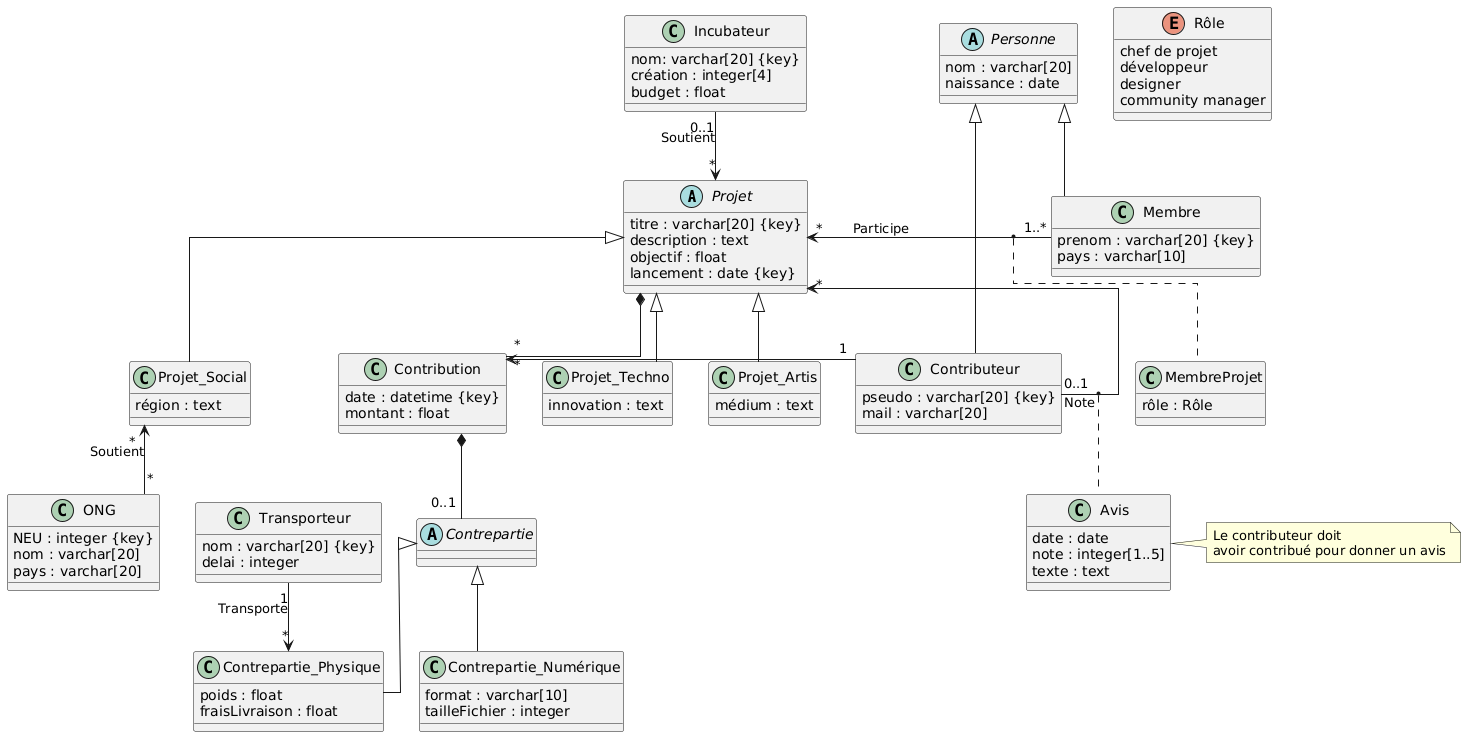
Clementcvy/crowdfundr keeps this PlantUML diagram as UML/UML_V2.png. Above is the earlier version.
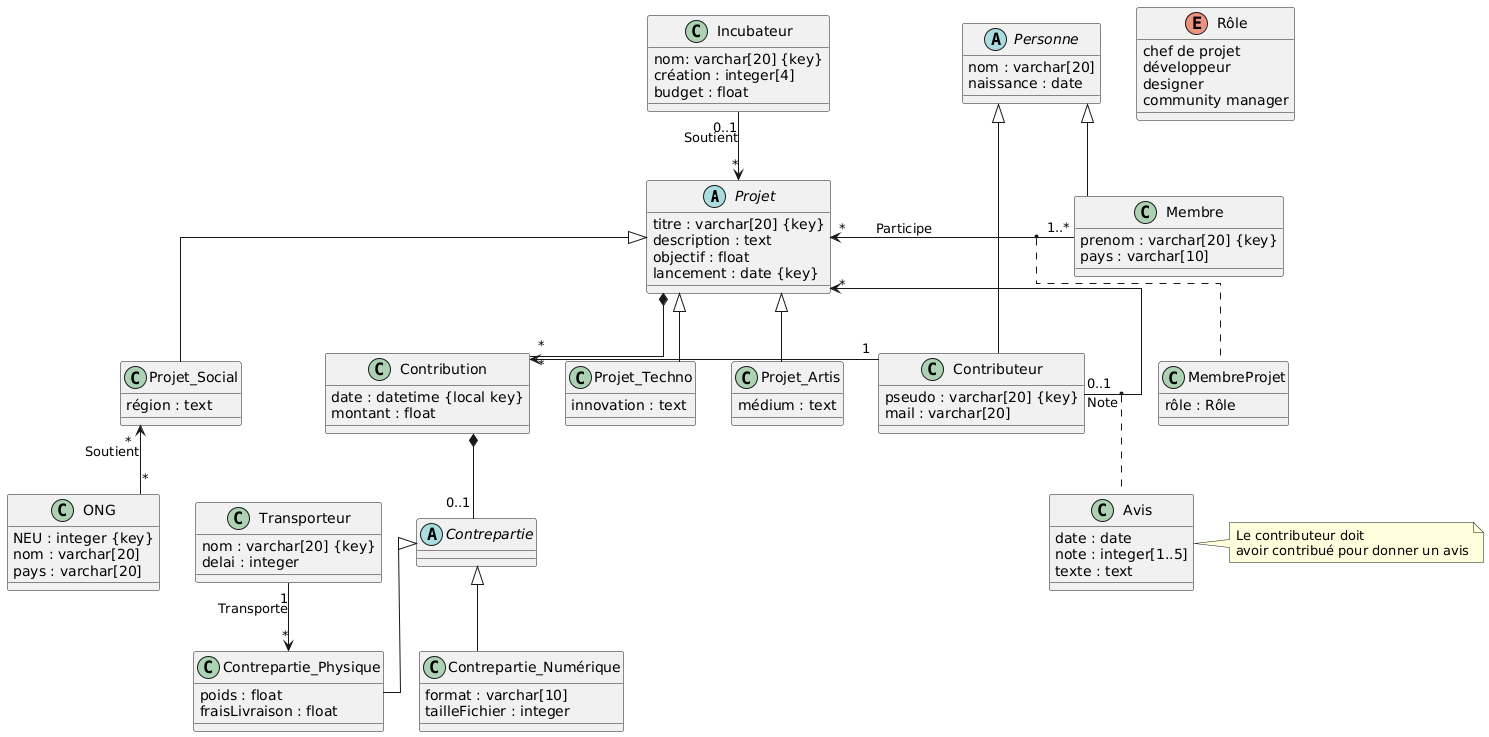
Above is the later version.

Diff of the diagram source:
```diff
@@ -69,7 +69,7 @@
 (Projet, Membre) .. MembreProjet
 
 class Contribution {
-    date : datetime {key}
+    date : datetime {local key}
     montant : float
 }
 
```
